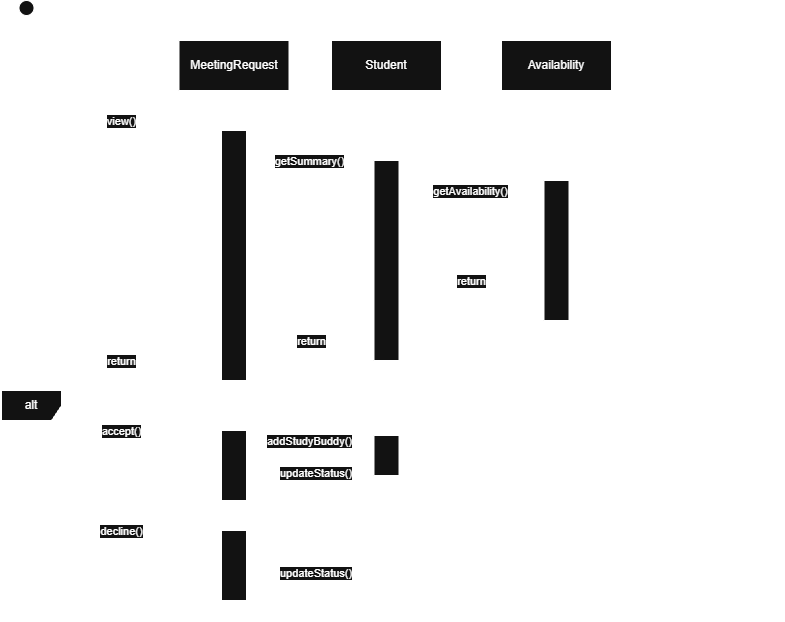
Above: docs/uml/slices/jordan-view-match-details/sequence.png in Deismus/Group6Project (draw.io), before the change. Source tidied: cells renumbered, new cells last; positions are measured from the earlier drawing's top-left corner, leaving out a move shared by most shapes. Its diagram source:
```xml
<mxGraphModel>
  <root>
    <mxCell id="0" />
    <mxCell id="1" parent="0" />
    <mxCell id="2" value="Student" style="shape=umlActor;verticalLabelPosition=bottom;verticalAlign=top;html=1;" parent="1" vertex="1">
      <mxGeometry x="10" width="30" height="60" as="geometry" />
    </mxCell>
    <mxCell id="3" style="endArrow=none;dashed=1;html=1;dashPattern=1 3;strokeWidth=2;rounded=0;" parent="1" edge="1">
      <mxGeometry relative="1" as="geometry">
        <mxPoint x="24.5" y="80" as="sourcePoint" />
        <mxPoint x="24.5" y="590" as="targetPoint" />
      </mxGeometry>
    </mxCell>
    <mxCell id="4" value="view()" style="html=1;verticalAlign=bottom;endArrow=block;edgeStyle=sequenceEdgeStyle;libavoidRouting=0;curved=0;rounded=0;" parent="1" edge="1">
      <mxGeometry relative="1" as="geometry">
        <mxPoint x="30" y="130" as="sourcePoint" />
        <mxPoint x="210" y="130" as="targetPoint" />
      </mxGeometry>
    </mxCell>
    <mxCell id="5" value="MeetingRequest" style="html=1;whiteSpace=wrap;" parent="1" vertex="1">
      <mxGeometry x="177.5" y="40" width="110" height="50" as="geometry" />
    </mxCell>
    <mxCell id="6" style="rounded=0;whiteSpace=wrap;html=1;" parent="1" vertex="1">
      <mxGeometry x="220" y="130" width="25" height="250" as="geometry" />
    </mxCell>
    <mxCell id="7" value="getSummary()" style="html=1;verticalAlign=bottom;endArrow=block;edgeStyle=sequenceEdgeStyle;libavoidRouting=0;curved=0;rounded=0;" parent="1" edge="1">
      <mxGeometry relative="1" as="geometry">
        <mxPoint x="245" y="170" as="sourcePoint" />
        <mxPoint x="370" y="170" as="targetPoint" />
      </mxGeometry>
    </mxCell>
    <mxCell id="8" style="endArrow=none;dashed=1;html=1;dashPattern=1 3;strokeWidth=2;rounded=0;exitX=0.5;exitY=1;exitDx=0;exitDy=0;entryX=0.5;entryY=0;entryDx=0;entryDy=0;" parent="1" edge="1" source="5" target="6">
      <mxGeometry relative="1" as="geometry" />
    </mxCell>
    <mxCell id="9" value="Student" style="html=1;whiteSpace=wrap;" parent="1" vertex="1">
      <mxGeometry x="330" y="40" width="110" height="50" as="geometry" />
    </mxCell>
    <mxCell id="10" style="rounded=0;whiteSpace=wrap;html=1;" parent="1" vertex="1">
      <mxGeometry x="372.5" y="160" width="25" height="200" as="geometry" />
    </mxCell>
    <mxCell id="11" style="endArrow=none;dashed=1;html=1;rounded=0;entryX=0.5;entryY=0;entryDx=0;entryDy=0;exitX=0.5;exitY=1;exitDx=0;exitDy=0;" parent="1" edge="1" source="9" target="10">
      <mxGeometry relative="1" as="geometry" />
    </mxCell>
    <mxCell id="12" value="getAvailability()" style="html=1;verticalAlign=bottom;endArrow=block;edgeStyle=sequenceEdgeStyle;libavoidRouting=0;curved=0;rounded=0;" parent="1" edge="1">
      <mxGeometry relative="1" as="geometry">
        <mxPoint x="397.5" y="200" as="sourcePoint" />
        <mxPoint x="540" y="200" as="targetPoint" />
      </mxGeometry>
    </mxCell>
    <mxCell id="13" value="Availability" style="html=1;whiteSpace=wrap;" parent="1" vertex="1">
      <mxGeometry x="500" y="40" width="110" height="50" as="geometry" />
    </mxCell>
    <mxCell id="14" style="rounded=0;whiteSpace=wrap;html=1;" parent="1" vertex="1">
      <mxGeometry x="542.5" y="180" width="25" height="140" as="geometry" />
    </mxCell>
    <mxCell id="15" style="endArrow=none;dashed=1;html=1;rounded=0;entryX=0.5;entryY=1;entryDx=0;entryDy=0;exitX=0.5;exitY=0;exitDx=0;exitDy=0;" parent="1" edge="1" source="14" target="13">
      <mxGeometry relative="1" as="geometry" />
    </mxCell>
    <mxCell id="16" value="return" style="html=1;verticalAlign=bottom;endArrow=open;dashed=1;endSize=8;edgeStyle=sequenceEdgeStyle;libavoidRouting=0;curved=0;rounded=0;" parent="1" edge="1">
      <mxGeometry relative="1" as="geometry">
        <mxPoint x="540" y="290" as="sourcePoint" />
        <mxPoint x="400" y="290" as="targetPoint" />
      </mxGeometry>
    </mxCell>
    <mxCell id="17" value="return" style="html=1;verticalAlign=bottom;endArrow=open;dashed=1;endSize=8;edgeStyle=sequenceEdgeStyle;libavoidRouting=0;curved=0;rounded=0;" parent="1" edge="1">
      <mxGeometry relative="1" as="geometry">
        <mxPoint x="370" y="350" as="sourcePoint" />
        <mxPoint x="250" y="350" as="targetPoint" />
      </mxGeometry>
    </mxCell>
    <mxCell id="18" value="return" style="html=1;verticalAlign=bottom;endArrow=open;dashed=1;endSize=8;edgeStyle=sequenceEdgeStyle;libavoidRouting=0;curved=0;rounded=0;" parent="1" edge="1">
      <mxGeometry relative="1" as="geometry">
        <mxPoint x="220" y="370" as="sourcePoint" />
        <mxPoint x="20" y="370" as="targetPoint" />
      </mxGeometry>
    </mxCell>
    <mxCell id="19" value="accept()" style="html=1;verticalAlign=bottom;endArrow=block;edgeStyle=sequenceEdgeStyle;libavoidRouting=0;curved=0;rounded=0;" parent="1" edge="1">
      <mxGeometry relative="1" as="geometry">
        <mxPoint x="30" y="440" as="sourcePoint" />
        <mxPoint x="210" y="440" as="targetPoint" />
      </mxGeometry>
    </mxCell>
    <mxCell id="20" style="rounded=0;whiteSpace=wrap;html=1;" parent="1" vertex="1">
      <mxGeometry x="220" y="430" width="25" height="70" as="geometry" />
    </mxCell>
    <mxCell id="21" value="alt" style="shape=umlFrame;whiteSpace=wrap;html=1;" parent="1" vertex="1">
      <mxGeometry y="390" width="780" height="230" as="geometry" />
    </mxCell>
    <mxCell id="22" value="addStudyBuddy()" style="html=1;verticalAlign=bottom;endArrow=block;edgeStyle=sequenceEdgeStyle;libavoidRouting=0;curved=0;rounded=0;" parent="1" edge="1">
      <mxGeometry relative="1" as="geometry">
        <mxPoint x="245" y="450" as="sourcePoint" />
        <mxPoint x="370" y="450" as="targetPoint" />
      </mxGeometry>
    </mxCell>
    <mxCell id="23" style="rounded=0;whiteSpace=wrap;html=1;" parent="1" vertex="1">
      <mxGeometry x="372.5" y="435" width="25" height="40" as="geometry" />
    </mxCell>
    <mxCell id="24" value="updateStatus()" style="html=1;align=left;spacingLeft=2;endArrow=block;edgeStyle=sequenceEdgeStyle;libavoidRouting=0;curved=0;rounded=0;" parent="1" edge="1">
      <mxGeometry relative="1" as="geometry">
        <mxPoint x="245" y="460" as="sourcePoint" />
        <mxPoint x="250" y="490" as="targetPoint" />
        <Array as="points">
          <mxPoint x="275" y="460" />
          <mxPoint x="275" y="490" />
        </Array>
      </mxGeometry>
    </mxCell>
    <mxCell id="25" style="endArrow=none;dashed=1;html=1;rounded=0;exitX=0.5;exitY=0;exitDx=0;exitDy=0;entryX=0.5;entryY=1;entryDx=0;entryDy=0;" parent="1" edge="1" source="20" target="6">
      <mxGeometry relative="1" as="geometry" />
    </mxCell>
    <mxCell id="26" style="endArrow=none;dashed=1;html=1;rounded=0;exitX=0.5;exitY=0;exitDx=0;exitDy=0;entryX=0.5;entryY=1;entryDx=0;entryDy=0;" parent="1" edge="1" source="23" target="10">
      <mxGeometry relative="1" as="geometry" />
    </mxCell>
    <mxCell id="27" style="endArrow=none;dashed=1;html=1;dashPattern=1 3;strokeWidth=2;rounded=0;exitX=-0.001;exitY=0.497;exitDx=0;exitDy=0;exitPerimeter=0;entryX=1.001;entryY=0.51;entryDx=0;entryDy=0;entryPerimeter=0;" parent="1" edge="1" source="21" target="21">
      <mxGeometry relative="1" as="geometry" />
    </mxCell>
    <mxCell id="28" value="[accept]" style="text;html=1;whiteSpace=wrap;strokeColor=none;fillColor=none;align=center;verticalAlign=middle;rounded=0;" parent="1" vertex="1">
      <mxGeometry x="60" y="390" width="60" height="30" as="geometry" />
    </mxCell>
    <mxCell id="29" value="[decline]" style="text;html=1;whiteSpace=wrap;strokeColor=none;fillColor=none;align=center;verticalAlign=middle;rounded=0;" parent="1" vertex="1">
      <mxGeometry x="60" y="500" width="60" height="30" as="geometry" />
    </mxCell>
    <mxCell id="30" style="rounded=0;whiteSpace=wrap;html=1;" parent="1" vertex="1">
      <mxGeometry x="220" y="530" width="25" height="70" as="geometry" />
    </mxCell>
    <mxCell id="31" value="decline()" style="html=1;verticalAlign=bottom;endArrow=block;edgeStyle=sequenceEdgeStyle;libavoidRouting=0;curved=0;rounded=0;" parent="1" edge="1">
      <mxGeometry relative="1" as="geometry">
        <mxPoint x="30" y="540" as="sourcePoint" />
        <mxPoint x="210" y="540" as="targetPoint" />
      </mxGeometry>
    </mxCell>
    <mxCell id="32" value="updateStatus()" style="html=1;align=left;spacingLeft=2;endArrow=block;edgeStyle=sequenceEdgeStyle;libavoidRouting=0;curved=0;rounded=0;" parent="1" edge="1">
      <mxGeometry relative="1" as="geometry">
        <mxPoint x="245" y="560" as="sourcePoint" />
        <mxPoint x="250" y="590" as="targetPoint" />
        <Array as="points">
          <mxPoint x="275" y="560" />
          <mxPoint x="275" y="590" />
        </Array>
      </mxGeometry>
    </mxCell>
  </root>
</mxGraphModel>
```
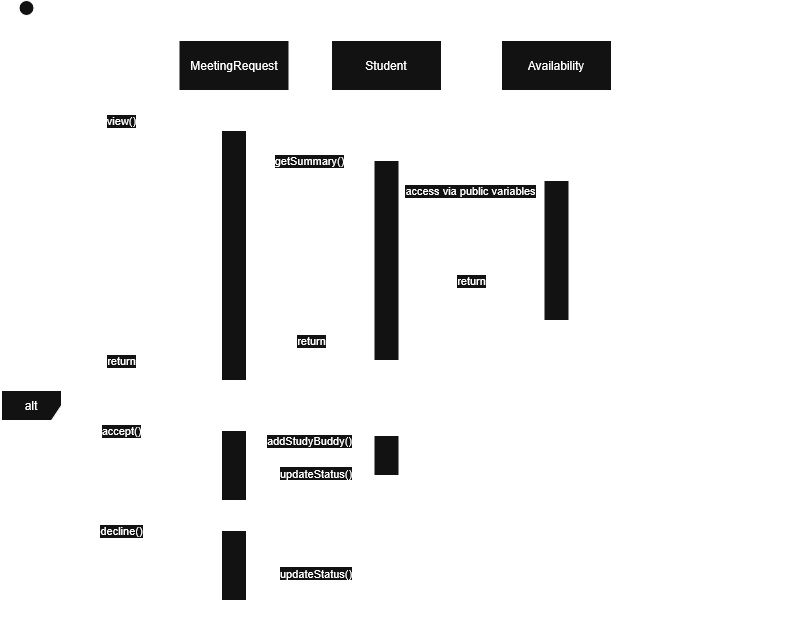
The same diagram one commit later.

The edit, as a diff of the source:
```diff
@@ -41,7 +41,7 @@
     <mxCell id="11" style="endArrow=none;dashed=1;html=1;rounded=0;entryX=0.5;entryY=0;entryDx=0;entryDy=0;exitX=0.5;exitY=1;exitDx=0;exitDy=0;" parent="1" edge="1" source="9" target="10">
       <mxGeometry relative="1" as="geometry" />
     </mxCell>
-    <mxCell id="12" value="getAvailability()" style="html=1;verticalAlign=bottom;endArrow=block;edgeStyle=sequenceEdgeStyle;libavoidRouting=0;curved=0;rounded=0;" parent="1" edge="1">
+    <mxCell id="12" value="access via public variables" style="html=1;verticalAlign=bottom;endArrow=block;edgeStyle=sequenceEdgeStyle;libavoidRouting=0;curved=0;rounded=0;" parent="1" edge="1">
       <mxGeometry relative="1" as="geometry">
         <mxPoint x="397.5" y="200" as="sourcePoint" />
         <mxPoint x="540" y="200" as="targetPoint" />
```
